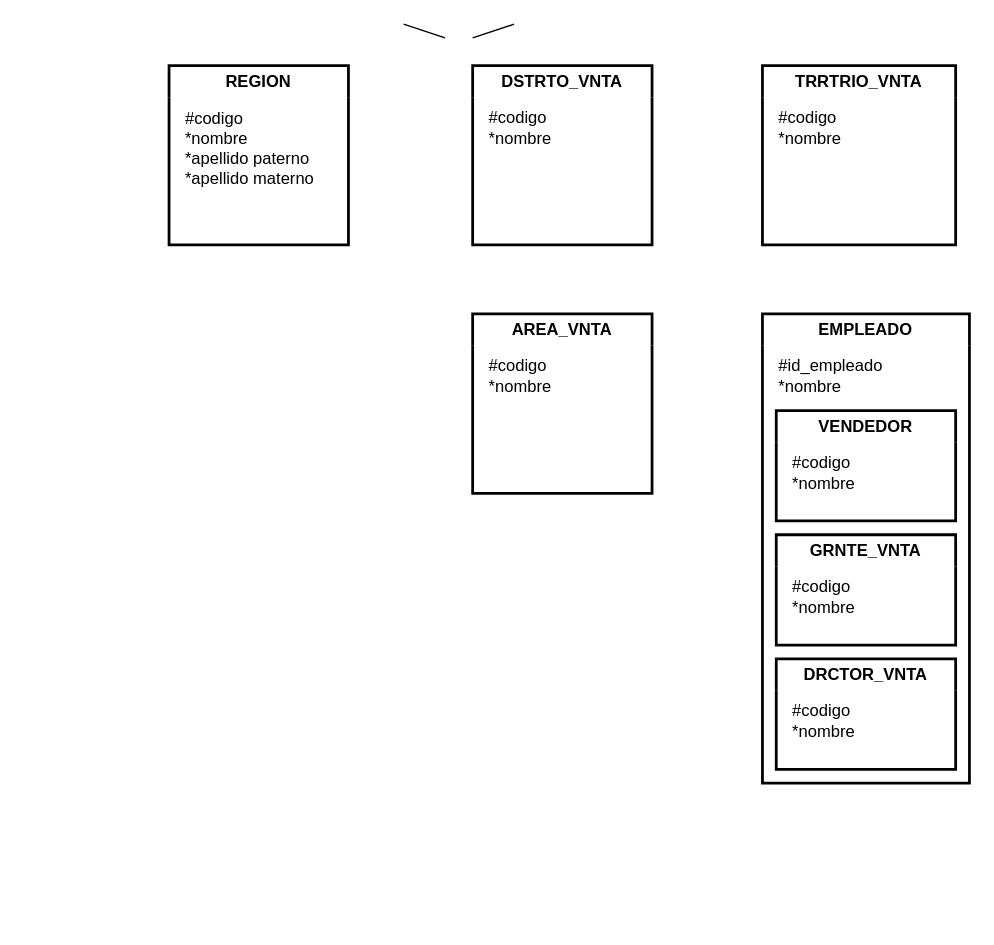
The draw.io diagram page "ej2" (2 of 2) of practica2_ej1.drawio in AlexisEV/diagramas-er, before the edit. Source tidied: cells renumbered, new cells numbered last; positions are measured from the earlier drawing's top-left corner, leaving out a move shared by most shapes. Both pictures are drawn from the tidied source at 138%, with x=0, y=0 at pixel (168, 23).
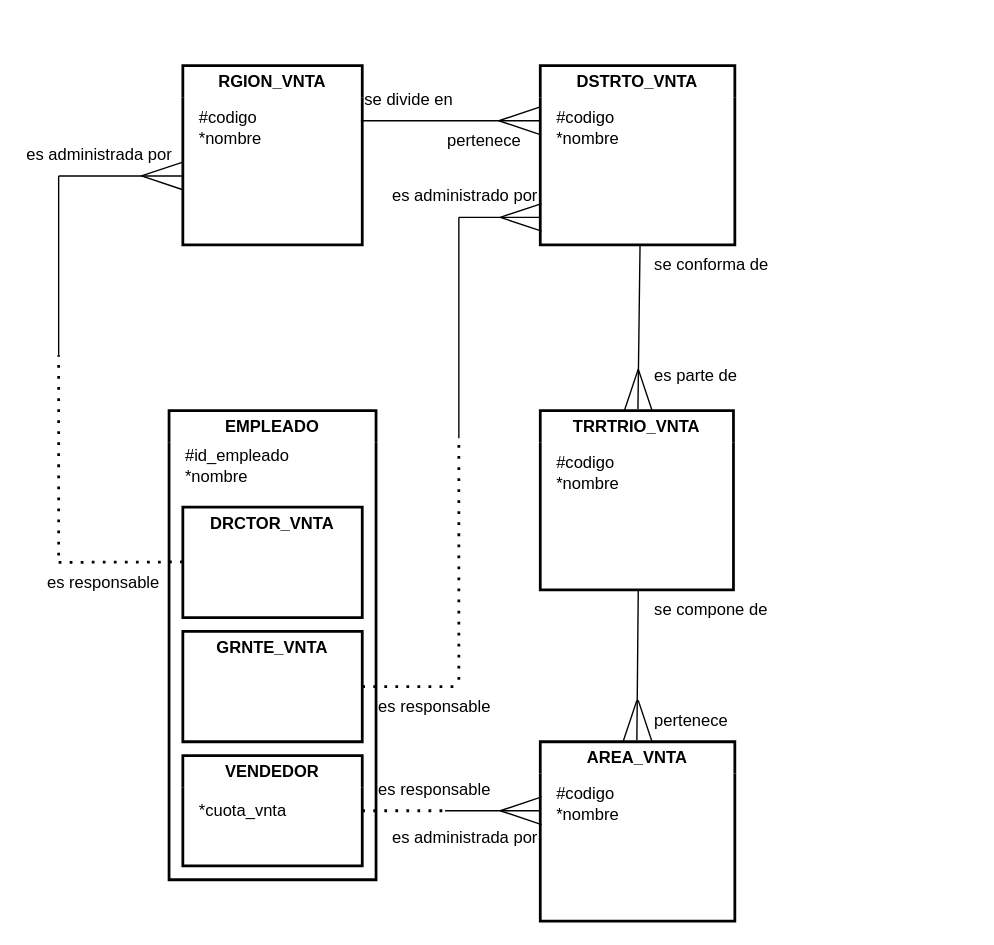
The same diagram, later.

The edit, as a diff of the source:
```diff
@@
-    <mxCell id="2" value="REGION" style="swimlane;whiteSpace=wrap;html=1;perimeterSpacing=7;strokeWidth=2;swimlaneLine=0;glass=0;fillColor=none;strokeColor=#000000;startSize=23;" parent="1" vertex="1">
-      <mxGeometry y="30" width="130" height="130" as="geometry" />
+    <mxCell id="2" value="RGION_VNTA" style="swimlane;whiteSpace=wrap;html=1;perimeterSpacing=7;strokeWidth=2;swimlaneLine=0;glass=0;fillColor=none;strokeColor=#000000;startSize=23;" parent="1" vertex="1">
+      <mxGeometry x="10" y="30" width="130" height="130" as="geometry" />
     </mxCell>
-    <mxCell id="3" value="#codigo&lt;br&gt;*nombre&lt;br&gt;*apellido paterno&lt;br&gt;*apellido materno" style="text;html=1;align=left;verticalAlign=middle;strokeColor=none;fillColor=none;" parent="2" vertex="1">
-      <mxGeometry x="10" y="25" width="120" height="70" as="geometry" />
+    <mxCell id="3" value="#codigo&lt;br&gt;*nombre" style="text;html=1;align=left;verticalAlign=middle;strokeColor=none;fillColor=none;" parent="2" vertex="1">
+      <mxGeometry x="10" y="25" width="70" height="40" as="geometry" />
     </mxCell>
     <mxCell id="4" style="endArrow=none;html=1;rounded=0;" parent="1" edge="1">
       <mxGeometry relative="1" as="geometry">
-        <mxPoint x="200" y="10" as="sourcePoint" />
-        <mxPoint x="170" as="targetPoint" />
+        <mxPoint x="269" y="80" as="sourcePoint" />
+        <mxPoint x="239" y="70" as="targetPoint" />
       </mxGeometry>
     </mxCell>
     <mxCell id="5" style="endArrow=none;html=1;rounded=0;" parent="1" edge="1">
       <mxGeometry relative="1" as="geometry">
-        <mxPoint x="220" y="10" as="sourcePoint" />
-        <mxPoint x="250" as="targetPoint" />
+        <mxPoint x="239" y="70" as="sourcePoint" />
+        <mxPoint x="269" y="60" as="targetPoint" />
       </mxGeometry>
     </mxCell>
     <mxCell id="6" value="DSTRTO_VNTA" style="swimlane;whiteSpace=wrap;html=1;perimeterSpacing=7;strokeWidth=2;swimlaneLine=0;glass=0;fillColor=none;strokeColor=#000000;startSize=23;" parent="1" vertex="1">
-      <mxGeometry x="220" y="30" width="130" height="130" as="geometry" />
+      <mxGeometry x="269" y="30" width="141" height="130" as="geometry" />
     </mxCell>
@@
     <mxCell id="8" value="TRRTRIO_VNTA" style="swimlane;whiteSpace=wrap;html=1;perimeterSpacing=7;strokeWidth=2;swimlaneLine=0;glass=0;fillColor=none;strokeColor=#000000;startSize=23;" parent="1" vertex="1">
-      <mxGeometry x="430" y="30" width="140" height="130" as="geometry" />
+      <mxGeometry x="269" y="280" width="140" height="130" as="geometry" />
     </mxCell>
@@
     <mxCell id="10" value="AREA_VNTA" style="swimlane;whiteSpace=wrap;html=1;perimeterSpacing=7;strokeWidth=2;swimlaneLine=0;glass=0;fillColor=none;strokeColor=#000000;startSize=23;" parent="1" vertex="1">
-      <mxGeometry x="220" y="210" width="130" height="130" as="geometry" />
+      <mxGeometry x="269" y="520" width="141" height="130" as="geometry" />
     </mxCell>
@@
     <mxCell id="12" value="EMPLEADO" style="swimlane;whiteSpace=wrap;html=1;perimeterSpacing=7;strokeWidth=2;swimlaneLine=0;glass=0;fillColor=none;strokeColor=#000000;startSize=23;" parent="1" vertex="1">
-      <mxGeometry x="430" y="210" width="150" height="340" as="geometry" />
+      <mxGeometry y="280" width="150" height="340" as="geometry" />
     </mxCell>
     <mxCell id="13" value="#id_empleado&lt;br&gt;*nombre" style="text;html=1;align=left;verticalAlign=middle;strokeColor=none;fillColor=none;" parent="12" vertex="1">
-      <mxGeometry x="10" y="25" width="100" height="40" as="geometry" />
+      <mxGeometry x="10" y="20" width="100" height="40" as="geometry" />
     </mxCell>
+    <mxCell id="18" value="DRCTOR_VNTA" style="swimlane;whiteSpace=wrap;html=1;perimeterSpacing=7;strokeWidth=2;swimlaneLine=0;glass=0;fillColor=none;strokeColor=#000000;startSize=23;" parent="12" vertex="1">
+      <mxGeometry x="10" y="70" width="130" height="80" as="geometry" />
+    </mxCell>
+    <mxCell id="16" value="GRNTE_VNTA" style="swimlane;whiteSpace=wrap;html=1;perimeterSpacing=7;strokeWidth=2;swimlaneLine=0;glass=0;fillColor=none;strokeColor=#000000;startSize=23;" parent="12" vertex="1">
+      <mxGeometry x="10" y="160" width="130" height="80" as="geometry" />
+    </mxCell>
     <mxCell id="14" value="VENDEDOR" style="swimlane;whiteSpace=wrap;html=1;perimeterSpacing=7;strokeWidth=2;swimlaneLine=0;glass=0;fillColor=none;strokeColor=#000000;startSize=23;" parent="12" vertex="1">
-      <mxGeometry x="10" y="70" width="130" height="80" as="geometry" />
+      <mxGeometry x="10" y="250" width="130" height="80" as="geometry" />
     </mxCell>
-    <mxCell id="15" value="#codigo&lt;br&gt;*nombre" style="text;html=1;align=left;verticalAlign=middle;strokeColor=none;fillColor=none;" parent="14" vertex="1">
-      <mxGeometry x="10" y="25" width="70" height="40" as="geometry" />
-    </mxCell>
-    <mxCell id="16" value="GRNTE_VNTA" style="swimlane;whiteSpace=wrap;html=1;perimeterSpacing=7;strokeWidth=2;swimlaneLine=0;glass=0;fillColor=none;strokeColor=#000000;startSize=23;" parent="12" vertex="1">
-      <mxGeometry x="10" y="160" width="130" height="80" as="geometry" />
-    </mxCell>
-    <mxCell id="17" value="#codigo&lt;br&gt;*nombre" style="text;html=1;align=left;verticalAlign=middle;strokeColor=none;fillColor=none;" parent="16" vertex="1">
-      <mxGeometry x="10" y="25" width="70" height="40" as="geometry" />
-    </mxCell>
-    <mxCell id="18" value="DRCTOR_VNTA" style="swimlane;whiteSpace=wrap;html=1;perimeterSpacing=7;strokeWidth=2;swimlaneLine=0;glass=0;fillColor=none;strokeColor=#000000;startSize=23;" parent="12" vertex="1">
-      <mxGeometry x="10" y="250" width="130" height="80" as="geometry" />
-    </mxCell>
-    <mxCell id="19" value="#codigo&lt;br&gt;*nombre" style="text;html=1;align=left;verticalAlign=middle;strokeColor=none;fillColor=none;" parent="18" vertex="1">
-      <mxGeometry x="10" y="25" width="70" height="40" as="geometry" />
-    </mxCell>
+    <mxCell id="20" value="*cuota_vnta" style="text;html=1;align=left;verticalAlign=middle;strokeColor=none;fillColor=none;" parent="14" vertex="1">
+      <mxGeometry x="10" y="25" width="90" height="30" as="geometry" />
+    </mxCell>
+    <mxCell id="21" style="endArrow=none;dashed=1;html=1;dashPattern=1 3;strokeWidth=2;rounded=0;" parent="12" edge="1">
+      <mxGeometry relative="1" as="geometry">
+        <mxPoint x="-80" y="110" as="sourcePoint" />
+        <mxPoint x="10" y="109.7" as="targetPoint" />
+      </mxGeometry>
+    </mxCell>
+    <mxCell id="22" style="endArrow=none;html=1;rounded=0;" parent="1" edge="1">
+      <mxGeometry relative="1" as="geometry">
+        <mxPoint x="269" y="70" as="sourcePoint" />
+        <mxPoint x="139" y="70" as="targetPoint" />
+      </mxGeometry>
+    </mxCell>
+    <mxCell id="23" style="endArrow=none;html=1;rounded=0;exitX=0.505;exitY=0.041;exitDx=0;exitDy=0;exitPerimeter=0;" parent="1" edge="1" source="8">
+      <mxGeometry relative="1" as="geometry">
+        <mxPoint x="341.3" y="160" as="targetPoint" />
+      </mxGeometry>
+    </mxCell>
+    <mxCell id="24" style="endArrow=none;html=1;rounded=0;exitX=0.571;exitY=0.049;exitDx=0;exitDy=0;exitPerimeter=0;" parent="1" edge="1">
+      <mxGeometry relative="1" as="geometry">
+        <mxPoint x="350" y="280" as="sourcePoint" />
+        <mxPoint x="340" y="250" as="targetPoint" />
+      </mxGeometry>
+    </mxCell>
+    <mxCell id="25" style="endArrow=none;html=1;rounded=0;" parent="1" edge="1">
+      <mxGeometry relative="1" as="geometry">
+        <mxPoint x="330" y="280" as="sourcePoint" />
+        <mxPoint x="340" y="250" as="targetPoint" />
+      </mxGeometry>
+    </mxCell>
+    <mxCell id="26" style="endArrow=none;html=1;rounded=0;exitX=0.505;exitY=0.041;exitDx=0;exitDy=0;exitPerimeter=0;" parent="1" edge="1">
+      <mxGeometry relative="1" as="geometry">
+        <mxPoint x="339" y="519" as="sourcePoint" />
+        <mxPoint x="340" y="410" as="targetPoint" />
+      </mxGeometry>
+    </mxCell>
+    <mxCell id="27" style="endArrow=none;html=1;rounded=0;exitX=0.571;exitY=0.049;exitDx=0;exitDy=0;exitPerimeter=0;" parent="1" edge="1">
+      <mxGeometry relative="1" as="geometry">
+        <mxPoint x="350" y="520" as="sourcePoint" />
+        <mxPoint x="340" y="490" as="targetPoint" />
+      </mxGeometry>
+    </mxCell>
+    <mxCell id="28" style="endArrow=none;html=1;rounded=0;" parent="1" edge="1">
+      <mxGeometry relative="1" as="geometry">
+        <mxPoint x="329" y="520" as="sourcePoint" />
+        <mxPoint x="339" y="490" as="targetPoint" />
+      </mxGeometry>
+    </mxCell>
+    <mxCell id="29" style="endArrow=none;dashed=1;html=1;dashPattern=1 3;strokeWidth=2;rounded=0;" parent="1" edge="1">
+      <mxGeometry relative="1" as="geometry">
+        <mxPoint x="140" y="570" as="sourcePoint" />
+        <mxPoint x="200" y="570" as="targetPoint" />
+      </mxGeometry>
+    </mxCell>
+    <mxCell id="30" style="endArrow=none;html=1;rounded=0;" parent="1" edge="1">
+      <mxGeometry relative="1" as="geometry">
+        <mxPoint x="200" y="570" as="sourcePoint" />
+        <mxPoint x="269" y="570" as="targetPoint" />
+      </mxGeometry>
+    </mxCell>
+    <mxCell id="31" style="endArrow=none;html=1;rounded=0;" parent="1" edge="1">
+      <mxGeometry relative="1" as="geometry">
+        <mxPoint x="240" y="570" as="sourcePoint" />
+        <mxPoint x="270" y="560" as="targetPoint" />
+      </mxGeometry>
+    </mxCell>
+    <mxCell id="32" style="endArrow=none;html=1;rounded=0;" parent="1" edge="1">
+      <mxGeometry relative="1" as="geometry">
+        <mxPoint x="240" y="570" as="sourcePoint" />
+        <mxPoint x="270" y="580" as="targetPoint" />
+      </mxGeometry>
+    </mxCell>
+    <mxCell id="33" style="endArrow=none;dashed=1;html=1;dashPattern=1 3;strokeWidth=2;rounded=0;" parent="1" edge="1">
+      <mxGeometry relative="1" as="geometry">
+        <mxPoint x="140" y="480" as="sourcePoint" />
+        <mxPoint x="210" y="480" as="targetPoint" />
+      </mxGeometry>
+    </mxCell>
+    <mxCell id="34" style="endArrow=none;dashed=1;html=1;dashPattern=1 3;strokeWidth=2;rounded=0;" parent="1" edge="1">
+      <mxGeometry relative="1" as="geometry">
+        <mxPoint x="210" y="475" as="sourcePoint" />
+        <mxPoint x="210" y="300" as="targetPoint" />
+      </mxGeometry>
+    </mxCell>
+    <mxCell id="35" style="endArrow=none;html=1;rounded=0;" parent="1" edge="1">
+      <mxGeometry relative="1" as="geometry">
+        <mxPoint x="270" y="150" as="sourcePoint" />
+        <mxPoint x="240" y="140" as="targetPoint" />
+      </mxGeometry>
+    </mxCell>
+    <mxCell id="36" style="endArrow=none;html=1;rounded=0;" parent="1" edge="1">
+      <mxGeometry relative="1" as="geometry">
+        <mxPoint x="240" y="140" as="sourcePoint" />
+        <mxPoint x="270" y="130" as="targetPoint" />
+      </mxGeometry>
+    </mxCell>
+    <mxCell id="37" style="endArrow=none;html=1;rounded=0;" parent="1" edge="1">
+      <mxGeometry relative="1" as="geometry">
+        <mxPoint x="210" y="140" as="sourcePoint" />
+        <mxPoint x="269" y="140" as="targetPoint" />
+      </mxGeometry>
+    </mxCell>
+    <mxCell id="38" style="endArrow=none;html=1;rounded=0;" parent="1" edge="1">
+      <mxGeometry relative="1" as="geometry">
+        <mxPoint x="210" y="300" as="sourcePoint" />
+        <mxPoint x="210" y="140" as="targetPoint" />
+      </mxGeometry>
+    </mxCell>
+    <mxCell id="39" style="endArrow=none;dashed=1;html=1;dashPattern=1 3;strokeWidth=2;rounded=0;" parent="1" edge="1">
+      <mxGeometry relative="1" as="geometry">
+        <mxPoint x="-80" y="385" as="sourcePoint" />
+        <mxPoint x="-80" y="240" as="targetPoint" />
+      </mxGeometry>
+    </mxCell>
+    <mxCell id="40" style="endArrow=none;html=1;rounded=0;" parent="1" edge="1">
+      <mxGeometry relative="1" as="geometry">
+        <mxPoint x="-80" y="240" as="sourcePoint" />
+        <mxPoint x="-80" y="110" as="targetPoint" />
+      </mxGeometry>
+    </mxCell>
+    <mxCell id="41" style="endArrow=none;html=1;rounded=0;" parent="1" edge="1">
+      <mxGeometry relative="1" as="geometry">
+        <mxPoint x="10" y="110" as="sourcePoint" />
+        <mxPoint x="-80" y="110" as="targetPoint" />
+      </mxGeometry>
+    </mxCell>
+    <mxCell id="42" style="endArrow=none;html=1;rounded=0;" parent="1" edge="1">
+      <mxGeometry relative="1" as="geometry">
+        <mxPoint x="-20" y="110" as="sourcePoint" />
+        <mxPoint x="10" y="100" as="targetPoint" />
+      </mxGeometry>
+    </mxCell>
+    <mxCell id="43" style="endArrow=none;html=1;rounded=0;" parent="1" edge="1">
+      <mxGeometry relative="1" as="geometry">
+        <mxPoint x="10" y="120" as="sourcePoint" />
+        <mxPoint x="-20" y="110" as="targetPoint" />
+      </mxGeometry>
+    </mxCell>
+    <mxCell id="44" value="se divide en" style="text;html=1;align=left;verticalAlign=middle;strokeColor=none;fillColor=none;" parent="1" vertex="1">
+      <mxGeometry x="140" y="40" width="90" height="30" as="geometry" />
+    </mxCell>
+    <mxCell id="45" value="pertenece" style="text;html=1;align=left;verticalAlign=middle;strokeColor=none;fillColor=none;" parent="1" vertex="1">
+      <mxGeometry x="200" y="70" width="80" height="30" as="geometry" />
+    </mxCell>
+    <mxCell id="46" value="se conforma de" style="text;html=1;align=left;verticalAlign=middle;strokeColor=none;fillColor=none;" parent="1" vertex="1">
+      <mxGeometry x="350" y="160" width="110" height="30" as="geometry" />
+    </mxCell>
+    <mxCell id="47" value="es parte de" style="text;html=1;align=left;verticalAlign=middle;strokeColor=none;fillColor=none;" parent="1" vertex="1">
+      <mxGeometry x="350" y="240" width="80" height="30" as="geometry" />
+    </mxCell>
+    <mxCell id="48" value="se compone de" style="text;html=1;align=left;verticalAlign=middle;strokeColor=none;fillColor=none;" parent="1" vertex="1">
+      <mxGeometry x="350" y="410" width="110" height="30" as="geometry" />
+    </mxCell>
+    <mxCell id="49" value="pertenece" style="text;html=1;align=left;verticalAlign=middle;strokeColor=none;fillColor=none;" parent="1" vertex="1">
+      <mxGeometry x="350" y="490" width="80" height="30" as="geometry" />
+    </mxCell>
+    <mxCell id="50" value="es responsable" style="text;html=1;align=left;verticalAlign=middle;strokeColor=none;fillColor=none;" parent="1" vertex="1">
+      <mxGeometry x="150" y="540" width="100" height="30" as="geometry" />
+    </mxCell>
+    <mxCell id="51" value="es administrada por" style="text;html=1;align=left;verticalAlign=middle;strokeColor=none;fillColor=none;" parent="1" vertex="1">
+      <mxGeometry x="160" y="575" width="130" height="30" as="geometry" />
+    </mxCell>
+    <mxCell id="52" value="es responsable" style="text;html=1;align=left;verticalAlign=middle;strokeColor=none;fillColor=none;" parent="1" vertex="1">
+      <mxGeometry x="150" y="480" width="100" height="30" as="geometry" />
+    </mxCell>
+    <mxCell id="53" value="es administrado por" style="text;html=1;align=left;verticalAlign=middle;strokeColor=none;fillColor=none;" parent="1" vertex="1">
+      <mxGeometry x="160" y="110" width="130" height="30" as="geometry" />
+    </mxCell>
+    <mxCell id="54" value="es responsable" style="text;html=1;align=left;verticalAlign=middle;strokeColor=none;fillColor=none;" parent="1" vertex="1">
+      <mxGeometry x="-90" y="390" width="100" height="30" as="geometry" />
+    </mxCell>
+    <mxCell id="55" value="es administrada por" style="text;html=1;align=left;verticalAlign=middle;strokeColor=none;fillColor=none;" parent="1" vertex="1">
+      <mxGeometry x="-105" y="80" width="130" height="30" as="geometry" />
+    </mxCell>
```
